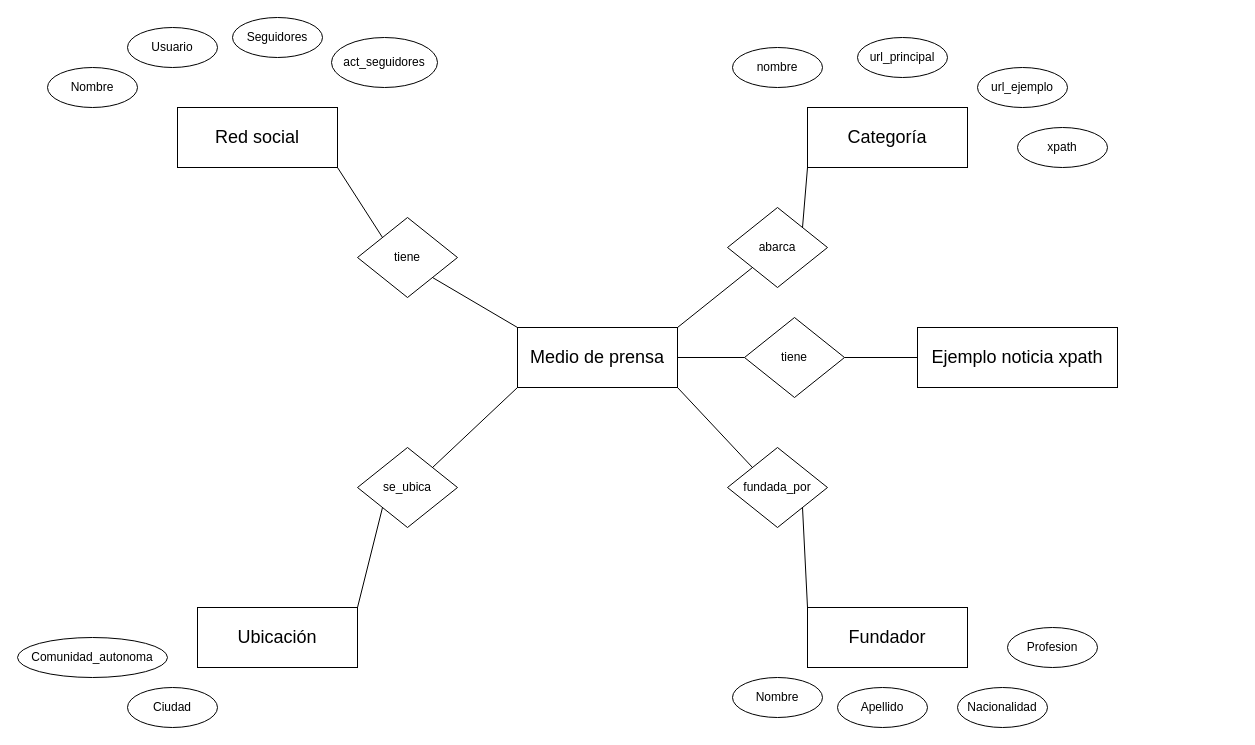
This is Parte_A/Diagrama entidad-relacion.drawio from LuisPa197/INFO133-equipo01, a draw.io file, before an edit. Source tidied: cells renumbered, new cells numbered last; positions are measured from the earlier drawing's top-left corner, leaving out a move shared by most shapes. Both pictures are drawn from the tidied source at 100%, with x=0, y=0 at pixel (17, 17).
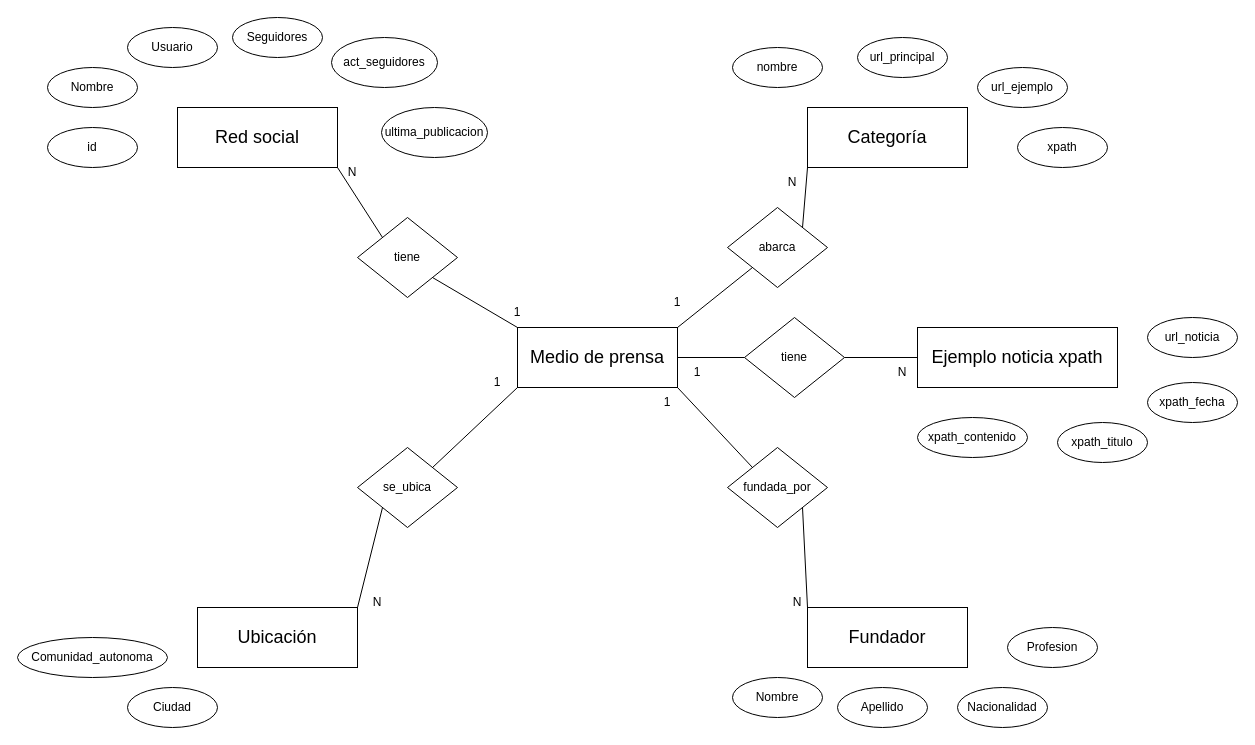
After the change.

Change to the diagram source:
```diff
@@
+    <mxCell id="37" value="N" style="text;html=1;strokeColor=none;fillColor=none;align=center;verticalAlign=middle;whiteSpace=wrap;rounded=0;" parent="1" vertex="1">
+      <mxGeometry x="305" y="140" width="60" height="30" as="geometry" />
+    </mxCell>
+    <mxCell id="38" value="1" style="text;html=1;strokeColor=none;fillColor=none;align=center;verticalAlign=middle;whiteSpace=wrap;rounded=0;" parent="1" vertex="1">
+      <mxGeometry x="470" y="280" width="60" height="30" as="geometry" />
+    </mxCell>
+    <mxCell id="39" value="1" style="text;html=1;strokeColor=none;fillColor=none;align=center;verticalAlign=middle;whiteSpace=wrap;rounded=0;" parent="1" vertex="1">
+      <mxGeometry x="450" y="350" width="60" height="30" as="geometry" />
+    </mxCell>
+    <mxCell id="40" value="1" style="text;html=1;strokeColor=none;fillColor=none;align=center;verticalAlign=middle;whiteSpace=wrap;rounded=0;" parent="1" vertex="1">
+      <mxGeometry x="620" y="370" width="60" height="30" as="geometry" />
+    </mxCell>
+    <mxCell id="41" value="1" style="text;html=1;strokeColor=none;fillColor=none;align=center;verticalAlign=middle;whiteSpace=wrap;rounded=0;" parent="1" vertex="1">
+      <mxGeometry x="650" y="340" width="60" height="30" as="geometry" />
+    </mxCell>
+    <mxCell id="42" value="N" style="text;html=1;strokeColor=none;fillColor=none;align=center;verticalAlign=middle;whiteSpace=wrap;rounded=0;" parent="1" vertex="1">
+      <mxGeometry x="745" y="150" width="60" height="30" as="geometry" />
+    </mxCell>
+    <mxCell id="43" value="N" style="text;html=1;strokeColor=none;fillColor=none;align=center;verticalAlign=middle;whiteSpace=wrap;rounded=0;" parent="1" vertex="1">
+      <mxGeometry x="855" y="340" width="60" height="30" as="geometry" />
+    </mxCell>
+    <mxCell id="44" value="N" style="text;html=1;strokeColor=none;fillColor=none;align=center;verticalAlign=middle;whiteSpace=wrap;rounded=0;" parent="1" vertex="1">
+      <mxGeometry x="750" y="570" width="60" height="30" as="geometry" />
+    </mxCell>
+    <mxCell id="45" value="N" style="text;html=1;strokeColor=none;fillColor=none;align=center;verticalAlign=middle;whiteSpace=wrap;rounded=0;" parent="1" vertex="1">
+      <mxGeometry x="330" y="570" width="60" height="30" as="geometry" />
+    </mxCell>
+    <mxCell id="46" value="1" style="text;html=1;strokeColor=none;fillColor=none;align=center;verticalAlign=middle;whiteSpace=wrap;rounded=0;" parent="1" vertex="1">
+      <mxGeometry x="630" y="270" width="60" height="30" as="geometry" />
+    </mxCell>
+    <mxCell id="47" value="url_noticia" style="ellipse;whiteSpace=wrap;html=1;" parent="1" vertex="1">
+      <mxGeometry x="1130" y="300" width="90" height="40" as="geometry" />
+    </mxCell>
+    <mxCell id="48" value="xpath_fecha" style="ellipse;whiteSpace=wrap;html=1;" parent="1" vertex="1">
+      <mxGeometry x="1130" y="365" width="90" height="40" as="geometry" />
+    </mxCell>
+    <mxCell id="49" value="xpath_titulo" style="ellipse;whiteSpace=wrap;html=1;" parent="1" vertex="1">
+      <mxGeometry x="1040" y="405" width="90" height="40" as="geometry" />
+    </mxCell>
+    <mxCell id="50" value="xpath_contenido" style="ellipse;whiteSpace=wrap;html=1;" parent="1" vertex="1">
+      <mxGeometry x="900" y="400" width="110" height="40" as="geometry" />
+    </mxCell>
+    <mxCell id="51" value="ultima_publicacion" style="ellipse;whiteSpace=wrap;html=1;" parent="1" vertex="1">
+      <mxGeometry x="364" y="90" width="106" height="50" as="geometry" />
+    </mxCell>
+    <mxCell id="52" value="id" style="ellipse;whiteSpace=wrap;html=1;" parent="1" vertex="1">
+      <mxGeometry x="30" y="110" width="90" height="40" as="geometry" />
+    </mxCell>
```
